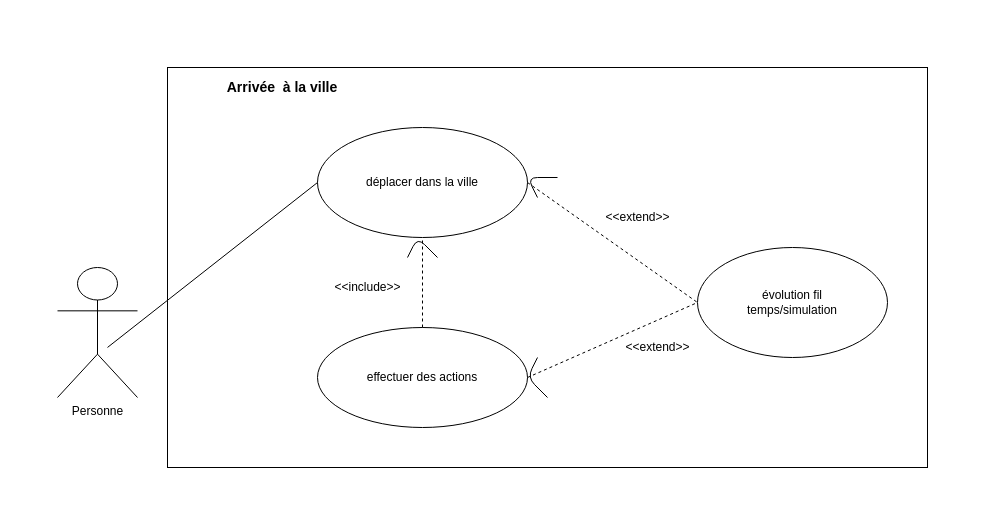
Before: Untitled Diagram.drawio in Viringe/projetL3UML-Baudoin-Gries-EL_IDRISSI_EL_BOUZIDI-2020, a draw.io diagram. Source tidied: cells renumbered, new cells numbered last; positions are measured from the earlier drawing's top-left corner, leaving out a move shared by most shapes. Both pictures are drawn from the tidied source at 100%, with x=0, y=0 at pixel (57, 67).
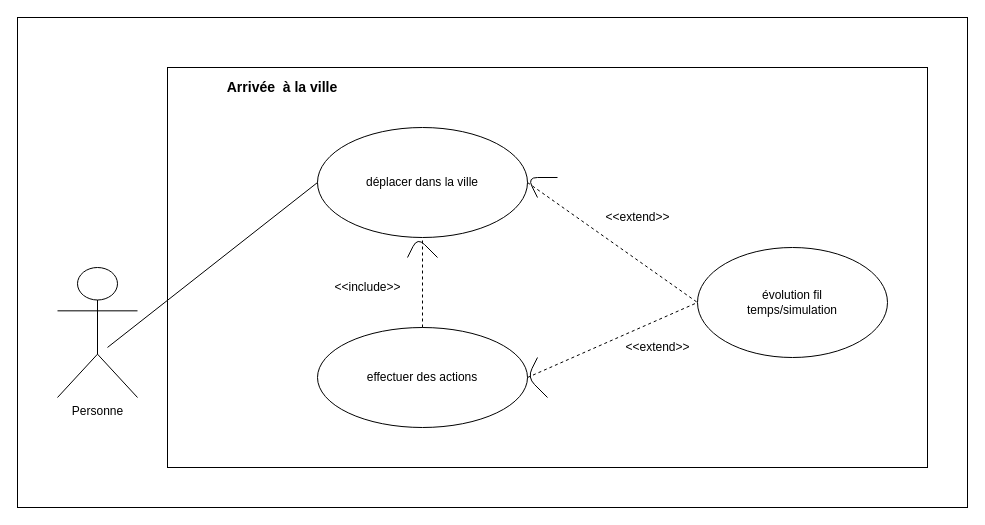
The same diagram, later.

Diff of the diagram source:
```diff
@@
+    <mxCell id="18" style="rounded=0;whiteSpace=wrap;html=1;fillColor=none;" parent="1" vertex="1">
+      <mxGeometry x="-40" y="-50" width="950" height="490" as="geometry" />
+    </mxCell>
```
